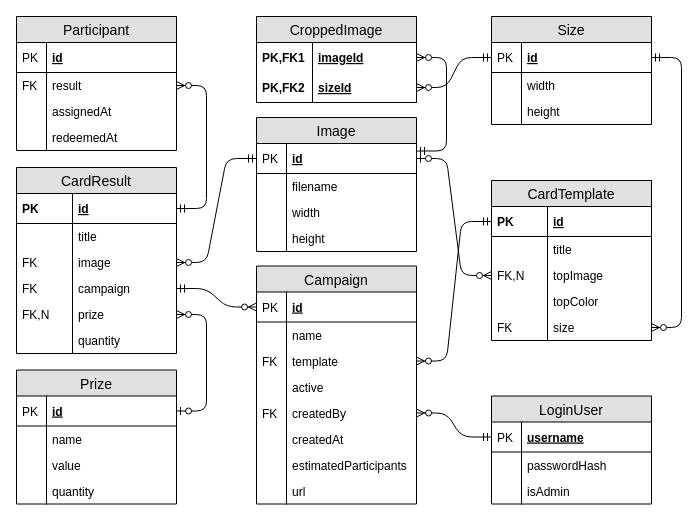
Before: md_resources/RivalProjectERD.drawio in janjosef777/RivalProject, a draw.io diagram. Source tidied: cells renumbered, new cells numbered last; positions are measured from the earlier drawing's top-left corner, leaving out a move shared by most shapes. Both pictures are drawn from the tidied source at 100%, with x=0, y=0 at pixel (16, 16).
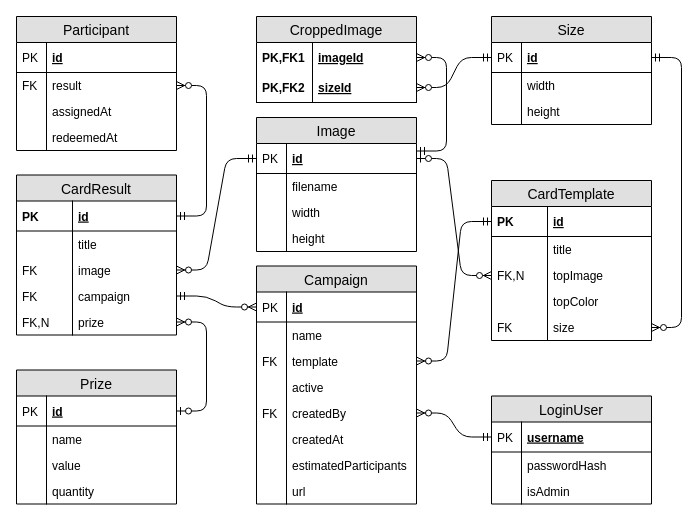
The same diagram, later.

Commit message:
Update ERD - quantity on prize only

The edit, as a diff of the source:
```diff
@@
     <mxCell id="55" value="CardResult" style="swimlane;fontStyle=0;horizontal=1;startSize=26;fillColor=#e0e0e0;swimlaneFillColor=#ffffff;align=center;fontSize=14;" parent="1" vertex="1">
-      <mxGeometry y="151" width="160" height="186" as="geometry" />
+      <mxGeometry y="158.5" width="160" height="160" as="geometry" />
     </mxCell>
@@
-    <mxCell id="66" value="quantity" style="shape=partialRectangle;top=0;left=0;right=0;bottom=0;align=left;verticalAlign=top;fillColor=none;spacingLeft=60;spacingRight=4;overflow=hidden;fontSize=12;" parent="55" vertex="1">
-      <mxGeometry y="160" width="160" height="26" as="geometry" />
-    </mxCell>
-    <mxCell id="67" style="shape=partialRectangle;top=0;left=0;bottom=0;fillColor=none;align=left;verticalAlign=top;spacingLeft=4;spacingRight=4;overflow=hidden;fontSize=12;" parent="66" vertex="1">
-      <mxGeometry width="56" height="26" as="geometry" />
-    </mxCell>
```
